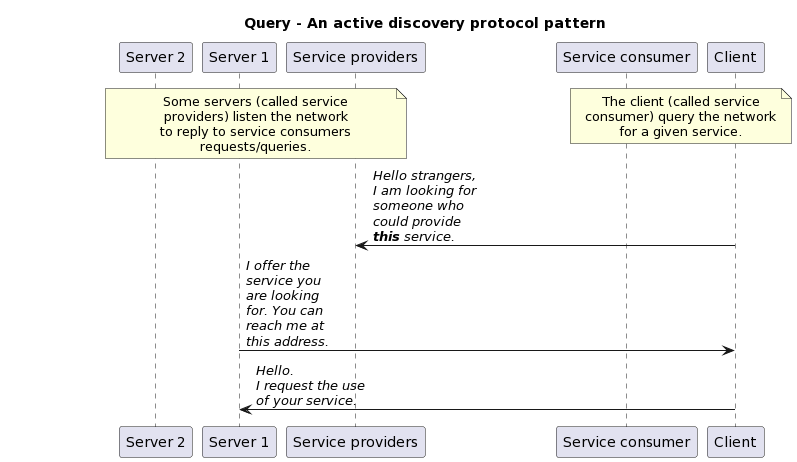
Above: 13-java-udp-programming/images/service-discovery-protocols-query.png in heig-vd-dai-course/heig-vd-dai-course (PlantUML), before the change.
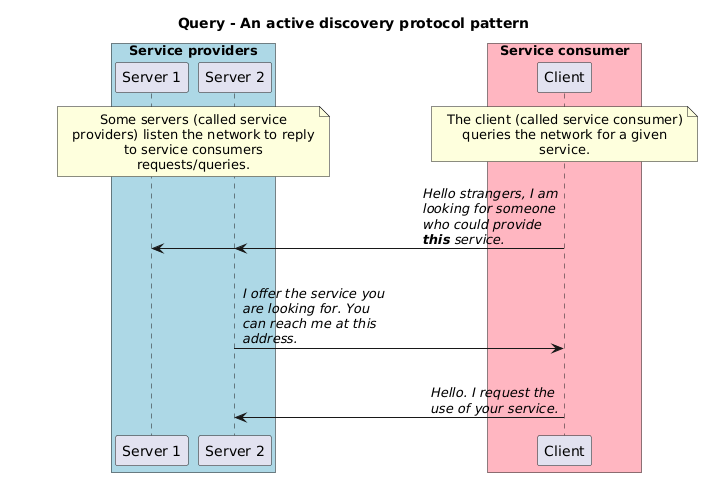
Later version of the same file.

What changed in the source:
```diff
@@ -1,30 +1,38 @@
 @startuml
+!pragma teoz true
+skinparam BoxPadding 100
+skinparam maxMessageSize 150
 skinparam noteTextAlignment center
+skinparam sequenceMessageAlign direction
+skinparam wrapWidth 250
 
 title "Query - An active discovery protocol pattern"
 
-participant "Server 2" as server2
-participant "Server 1" as server1
-participant "Service providers" as providers
-participant "Service consumer" as consumer
-participant "Client" as client
+box "Service providers" #LightBlue
+  participant "Server 1" as server1
+  participant "Server 2" as server2
+end box
 
-note over server2, providers
-Some servers (called service
-providers) listen the network
-to reply to service consumers
-requests/queries.
+box "Service consumer" #LightPink
+  participant "Client" as client
+end box
+
+note over server1, server2
+Some servers (called service providers) listen the network to reply to service consumers requests/queries.
 end note
 
-/ note over consumer, client
-The client (called service
-consumer) query the network
-for a given service.
+/ note over client
+The client (called service consumer) queries the network for a given service.
 end note
 
-client -> providers: <i>Hello strangers,</i>\n<i>I am looking for</i>\n<i>someone who</i>\n<i>could provide</i>\n<i><b>this</b> service.</i>
+client -> server1: <i>Hello strangers, I am looking for someone who could provide <b>this</b> service.</i>
+& client -> server2
 
-server1 -> client: <i>I offer the</i>\n<i>service you</i>\n<i>are looking</i>\n<i>for. You can</i>\n<i>reach me at</i>\n<i>this address.</i>
+|||
 
-client -> server1: <i>Hello.</i>\n<i>I request the use</i>\n<i>of your service.</i>
+server2 -> client: <i>I offer the service you are looking for. You can reach me at this address.</i>
+
+|||
+
+client -> server2: <i>Hello. I request the use of your service.</i>
 @enduml
```
